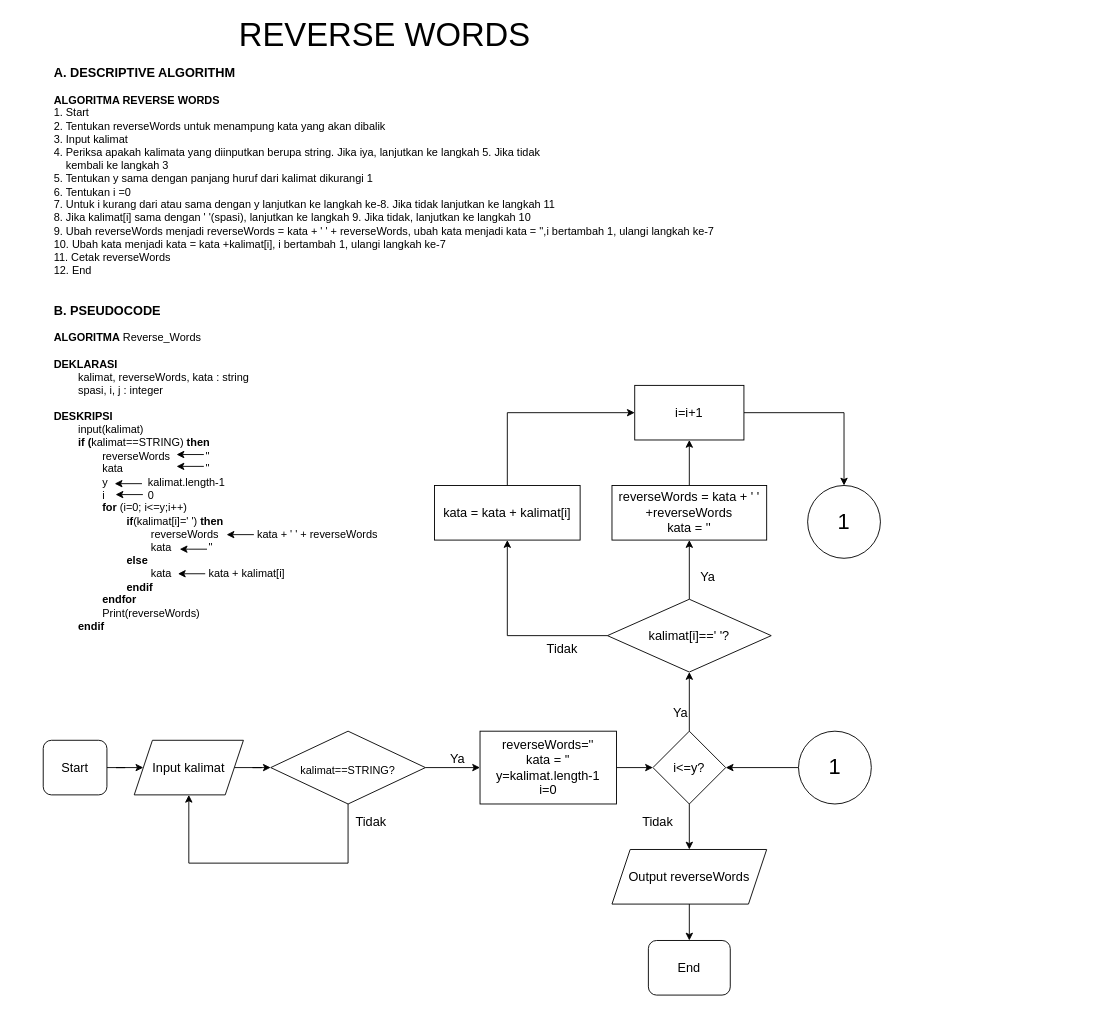
Above: reversewords.drawio in juumelisa/fw5-algoritma (draw.io), before the change. Source tidied: cells renumbered, new cells numbered last; positions are measured from the earlier drawing's top-left corner, leaving out a move shared by most shapes. Both pictures are drawn from the tidied source at 91%, with x=0, y=0 at pixel (43, 21).
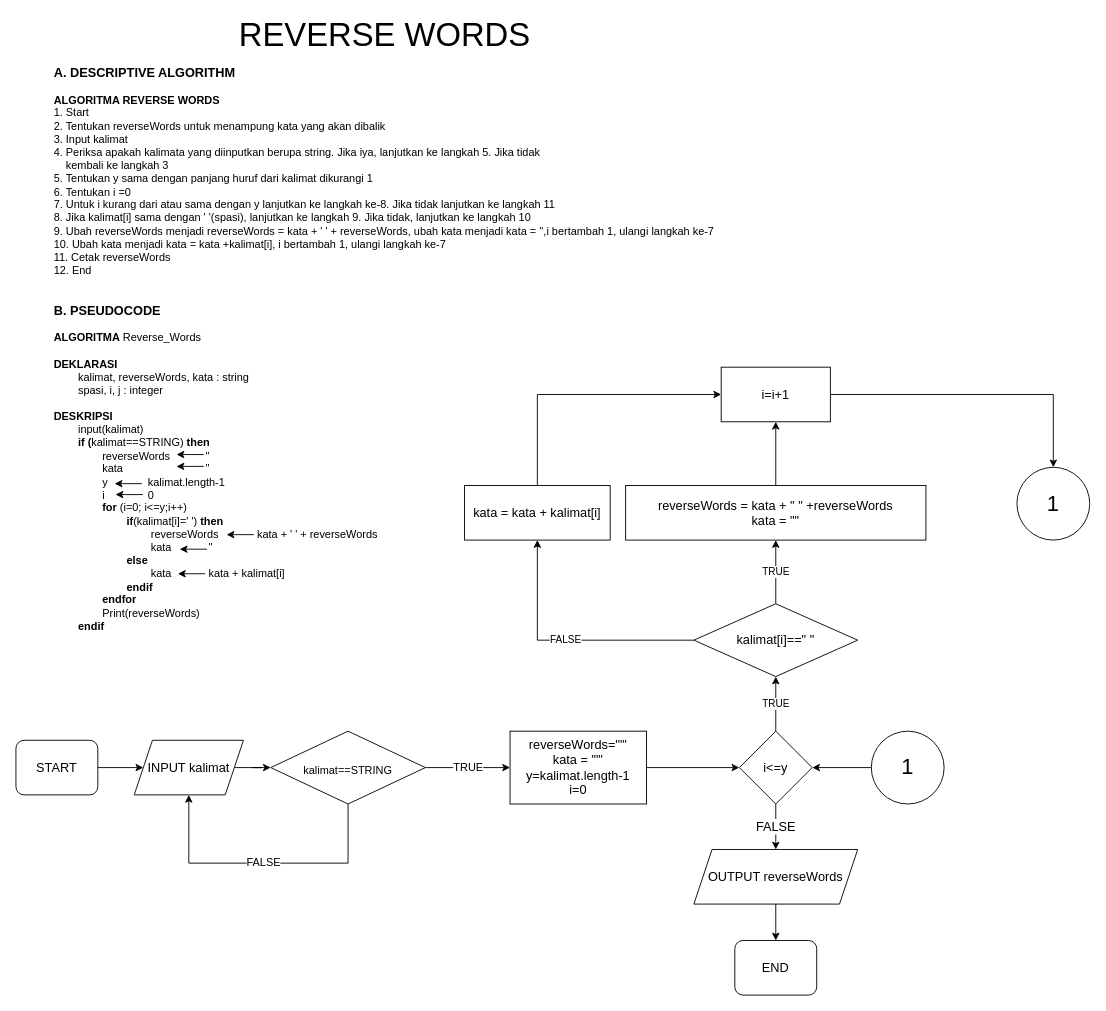
Above is the later version.

The edit, as a diff of the source:
```diff
@@
-    <mxCell id="5" value="Start" style="rounded=1;whiteSpace=wrap;html=1;fontSize=14;" parent="1" vertex="1">
-      <mxGeometry y="790" width="70" height="60" as="geometry" />
+    <mxCell id="5" value="START" style="rounded=1;whiteSpace=wrap;html=1;fontSize=14;" parent="1" vertex="1">
+      <mxGeometry x="-30" y="790" width="90" height="60" as="geometry" />
     </mxCell>
-    <mxCell id="6" value="End" style="rounded=1;whiteSpace=wrap;html=1;fontSize=14;" parent="1" vertex="1">
-      <mxGeometry x="665" y="1010" width="90" height="60" as="geometry" />
+    <mxCell id="6" value="END" style="rounded=1;whiteSpace=wrap;html=1;fontSize=14;" parent="1" vertex="1">
+      <mxGeometry x="760" y="1010" width="90" height="60" as="geometry" />
     </mxCell>
-    <mxCell id="7" style="edgeStyle=orthogonalEdgeStyle;rounded=0;jettySize=auto;html=1;" parent="1" edge="1" source="8" target="20">
+    <mxCell id="7" style="edgeStyle=orthogonalEdgeStyle;rounded=0;jettySize=auto;html=1;fontSize=12;" parent="1" edge="1" source="8" target="20">
       <mxGeometry relative="1" as="geometry" />
     </mxCell>
-    <mxCell id="8" value="reverseWords=''&lt;br&gt;kata = ''&lt;br&gt;y=kalimat.length-1&lt;br&gt;i=0" style="rounded=0;whiteSpace=wrap;html=1;fontSize=14;" parent="1" vertex="1">
-      <mxGeometry x="480" y="780" width="150" height="80" as="geometry" />
+    <mxCell id="8" value="reverseWords='&quot;&quot;&lt;br&gt;kata = '&quot;&quot;&lt;br&gt;y=kalimat.length-1&lt;br&gt;i=0" style="rounded=0;whiteSpace=wrap;html=1;fontSize=14;" parent="1" vertex="1">
+      <mxGeometry x="513" y="780" width="150" height="80" as="geometry" />
     </mxCell>
@@
-    <mxCell id="10" value="Input kalimat" style="shape=parallelogram;perimeter=parallelogramPerimeter;whiteSpace=wrap;html=1;fixedSize=1;fontSize=14;" parent="1" vertex="1">
+    <mxCell id="10" value="INPUT kalimat" style="shape=parallelogram;perimeter=parallelogramPerimeter;whiteSpace=wrap;html=1;fixedSize=1;fontSize=14;" parent="1" vertex="1">
       <mxGeometry x="100" y="790" width="120" height="60" as="geometry" />
     </mxCell>
@@
     <mxCell id="12" value="kata = kata + kalimat[i]" style="rounded=0;whiteSpace=wrap;html=1;fontSize=14;" parent="1" vertex="1">
-      <mxGeometry x="430" y="510" width="160" height="60" as="geometry" />
+      <mxGeometry x="463" y="510" width="160" height="60" as="geometry" />
     </mxCell>
-    <mxCell id="13" style="edgeStyle=orthogonalEdgeStyle;rounded=0;jettySize=auto;html=1;" parent="1" edge="1" source="15" target="17">
+    <mxCell id="13" value="TRUE" style="edgeStyle=orthogonalEdgeStyle;rounded=0;jettySize=auto;html=1;" parent="1" edge="1" source="15" target="17">
       <mxGeometry relative="1" as="geometry" />
     </mxCell>
-    <mxCell id="14" style="edgeStyle=orthogonalEdgeStyle;rounded=0;jettySize=auto;html=1;" parent="1" edge="1" source="15" target="12">
+    <mxCell id="14" value="FALSE" style="edgeStyle=orthogonalEdgeStyle;rounded=0;jettySize=auto;html=1;" parent="1" edge="1" source="15" target="12">
       <mxGeometry relative="1" as="geometry" />
     </mxCell>
-    <mxCell id="15" value="kalimat[i]==' '?" style="rhombus;whiteSpace=wrap;html=1;fontSize=14;" parent="1" vertex="1">
-      <mxGeometry x="620" y="635" width="180" height="80" as="geometry" />
+    <mxCell id="15" value="kalimat[i]==&quot; &quot;" style="rhombus;whiteSpace=wrap;html=1;fontSize=14;" parent="1" vertex="1">
+      <mxGeometry x="715" y="640" width="180" height="80" as="geometry" />
     </mxCell>
@@
-    <mxCell id="17" value="reverseWords = kata + ' ' +reverseWords&lt;br&gt;kata = ''" style="rounded=0;whiteSpace=wrap;html=1;fontSize=14;" parent="1" vertex="1">
-      <mxGeometry x="625" y="510" width="170" height="60" as="geometry" />
+    <mxCell id="17" value="reverseWords = kata + &quot; &quot; +reverseWords&lt;br&gt;kata = &quot;&quot;" style="rounded=0;whiteSpace=wrap;html=1;fontSize=14;" parent="1" vertex="1">
+      <mxGeometry x="640" y="510" width="330" height="60" as="geometry" />
     </mxCell>
-    <mxCell id="18" style="edgeStyle=orthogonalEdgeStyle;rounded=0;jettySize=auto;html=1;fontSize=14;entryX=0.5;entryY=0;entryDx=0;entryDy=0;" parent="1" edge="1" source="20" target="24">
+    <mxCell id="18" value="FALSE" style="edgeStyle=orthogonalEdgeStyle;rounded=0;jettySize=auto;html=1;fontSize=14;entryX=0.5;entryY=0;entryDx=0;entryDy=0;" parent="1" edge="1" source="20" target="24">
       <mxGeometry relative="1" as="geometry" />
     </mxCell>
-    <mxCell id="19" style="edgeStyle=orthogonalEdgeStyle;rounded=0;jettySize=auto;html=1;" parent="1" edge="1" source="20" target="15">
+    <mxCell id="19" value="TRUE" style="edgeStyle=orthogonalEdgeStyle;rounded=0;jettySize=auto;html=1;" parent="1" edge="1" source="20" target="15">
       <mxGeometry relative="1" as="geometry" />
     </mxCell>
-    <mxCell id="20" value="i&amp;lt;=y?" style="rhombus;whiteSpace=wrap;html=1;fontSize=14;" parent="1" vertex="1">
-      <mxGeometry x="670" y="780" width="80" height="80" as="geometry" />
+    <mxCell id="20" value="i&amp;lt;=y" style="rhombus;whiteSpace=wrap;html=1;fontSize=14;" parent="1" vertex="1">
+      <mxGeometry x="765" y="780" width="80" height="80" as="geometry" />
     </mxCell>
@@
     <mxCell id="22" value="i=i+1" style="rounded=0;whiteSpace=wrap;html=1;fontSize=14;" parent="1" vertex="1">
-      <mxGeometry x="650" y="400" width="120" height="60" as="geometry" />
+      <mxGeometry x="745" y="380" width="120" height="60" as="geometry" />
     </mxCell>
@@
-    <mxCell id="24" value="Output reverseWords" style="shape=parallelogram;perimeter=parallelogramPerimeter;whiteSpace=wrap;html=1;fixedSize=1;fontSize=14;" parent="1" vertex="1">
-      <mxGeometry x="625" y="910" width="170" height="60" as="geometry" />
+    <mxCell id="24" value="OUTPUT reverseWords" style="shape=parallelogram;perimeter=parallelogramPerimeter;whiteSpace=wrap;html=1;fixedSize=1;fontSize=14;" parent="1" vertex="1">
+      <mxGeometry x="715" y="910" width="180" height="60" as="geometry" />
     </mxCell>
-    <mxCell id="25" value="Ya" style="text;html=1;align=center;verticalAlign=middle;fillColor=none;strokeColor=none;rounded=0;fontSize=14;" parent="1" vertex="1">
-      <mxGeometry x="685" y="750" width="30" height="20" as="geometry" />
-    </mxCell>
-    <mxCell id="26" value="Tidak" style="text;html=1;align=center;verticalAlign=middle;fillColor=none;strokeColor=none;rounded=0;fontSize=14;" parent="1" vertex="1">
-      <mxGeometry x="650" y="870" width="50" height="20" as="geometry" />
-    </mxCell>
-    <mxCell id="27" value="Ya" style="text;html=1;align=center;verticalAlign=middle;fillColor=none;strokeColor=none;rounded=0;fontSize=14;" parent="1" vertex="1">
-      <mxGeometry x="715" y="600" width="30" height="20" as="geometry" />
-    </mxCell>
-    <mxCell id="28" value="Tidak" style="text;html=1;align=center;verticalAlign=middle;fillColor=none;strokeColor=none;rounded=0;fontSize=14;" parent="1" vertex="1">
-      <mxGeometry x="545" y="680" width="50" height="20" as="geometry" />
-    </mxCell>
@@
     <mxCell id="35" value="&lt;font style=&quot;font-size: 24px&quot;&gt;1&lt;/font&gt;" style="ellipse;whiteSpace=wrap;html=1;" parent="1" vertex="1">
-      <mxGeometry x="840" y="510" width="80" height="80" as="geometry" />
+      <mxGeometry x="1070" y="490" width="80" height="80" as="geometry" />
     </mxCell>
@@
     <mxCell id="37" value="&lt;font style=&quot;font-size: 24px&quot;&gt;1&lt;/font&gt;" style="ellipse;whiteSpace=wrap;html=1;" parent="1" vertex="1">
-      <mxGeometry x="830" y="780" width="80" height="80" as="geometry" />
+      <mxGeometry x="910" y="780" width="80" height="80" as="geometry" />
     </mxCell>
+    <mxCell id="39" value="FALSE" style="edgeStyle=orthogonalEdgeStyle;rounded=0;jettySize=auto;html=1;fontSize=12;entryX=0.5;entryY=1;entryDx=0;entryDy=0;" parent="1" edge="1" source="40" target="10">
+      <mxGeometry relative="1" as="geometry">
+        <Array as="points">
+          <mxPoint x="335" y="925" />
+          <mxPoint x="160" y="925" />
+        </Array>
+      </mxGeometry>
+    </mxCell>
-    <mxCell id="38" style="edgeStyle=orthogonalEdgeStyle;rounded=0;jettySize=auto;html=1;fontSize=12;" parent="1" edge="1" source="40" target="8">
+    <mxCell id="38" value="TRUE" style="edgeStyle=orthogonalEdgeStyle;rounded=0;jettySize=auto;html=1;fontSize=12;" parent="1" edge="1" source="40" target="8">
       <mxGeometry relative="1" as="geometry" />
     </mxCell>
-    <mxCell id="39" style="edgeStyle=orthogonalEdgeStyle;rounded=0;jettySize=auto;html=1;fontSize=12;entryX=0.5;entryY=1;entryDx=0;entryDy=0;" parent="1" edge="1" source="40" target="10">
-      <mxGeometry relative="1" as="geometry">
-        <Array as="points">
-          <mxPoint x="335" y="925" />
-          <mxPoint x="160" y="925" />
-        </Array>
-      </mxGeometry>
-    </mxCell>
-    <mxCell id="40" value="&lt;font style=&quot;font-size: 12px&quot;&gt;kalimat==STRING?&lt;/font&gt;" style="rhombus;whiteSpace=wrap;html=1;fontSize=24;" parent="1" vertex="1">
+    <mxCell id="40" value="&lt;font style=&quot;font-size: 12px&quot;&gt;kalimat==STRING&lt;/font&gt;" style="rhombus;whiteSpace=wrap;html=1;fontSize=24;" parent="1" vertex="1">
       <mxGeometry x="250" y="780" width="170" height="80" as="geometry" />
     </mxCell>
-    <mxCell id="41" value="Ya" style="text;html=1;align=center;verticalAlign=middle;fillColor=none;strokeColor=none;rounded=0;fontSize=14;" parent="1" vertex="1">
-      <mxGeometry x="440" y="800" width="30" height="20" as="geometry" />
-    </mxCell>
-    <mxCell id="42" value="Tidak" style="text;html=1;align=center;verticalAlign=middle;fillColor=none;strokeColor=none;rounded=0;fontSize=14;" parent="1" vertex="1">
-      <mxGeometry x="335" y="870" width="50" height="20" as="geometry" />
-    </mxCell>
```
